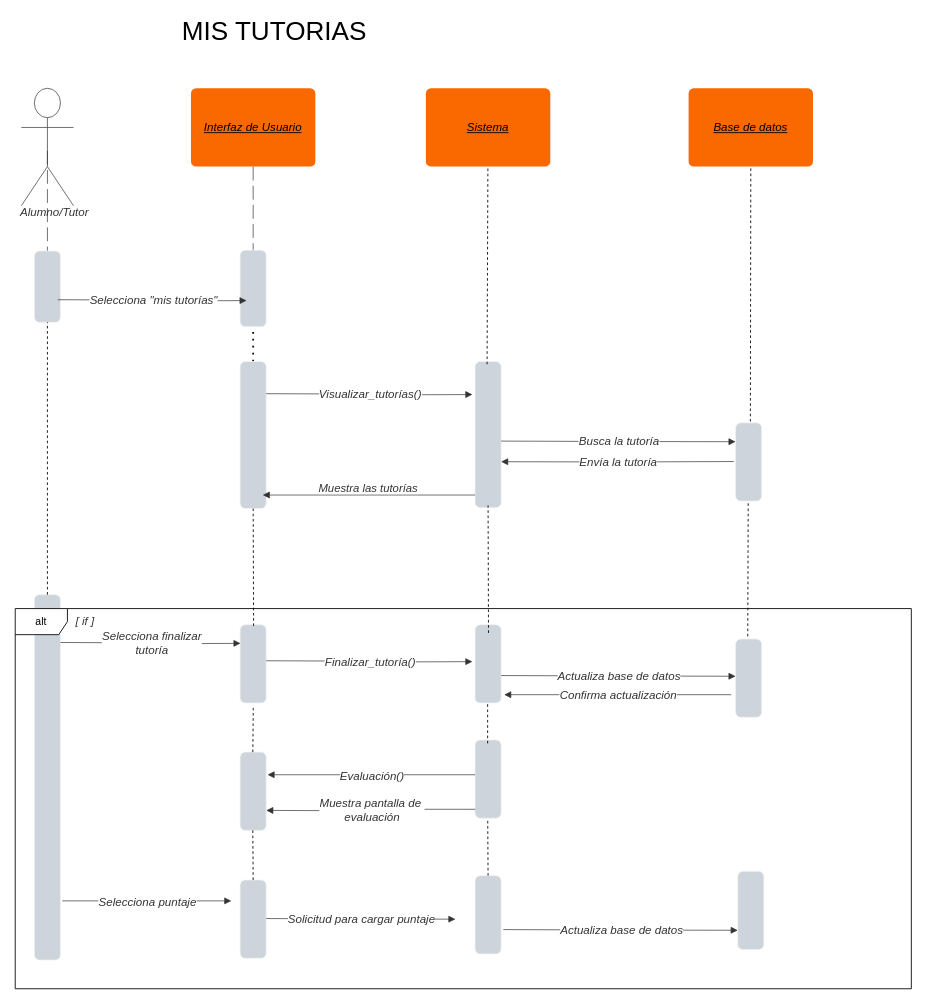
Above: page "mis_tutorias" (7 of 12) of diagrama_secuencia.drawio in TP-SE1/TP_SOS-UC (draw.io), before the change. Source tidied: cells renumbered, new cells numbered last; positions are measured from the earlier drawing's top-left corner, leaving out a move shared by most shapes. Both pictures are drawn from the tidied source at 87%, with x=0, y=0 at pixel (15, 17).
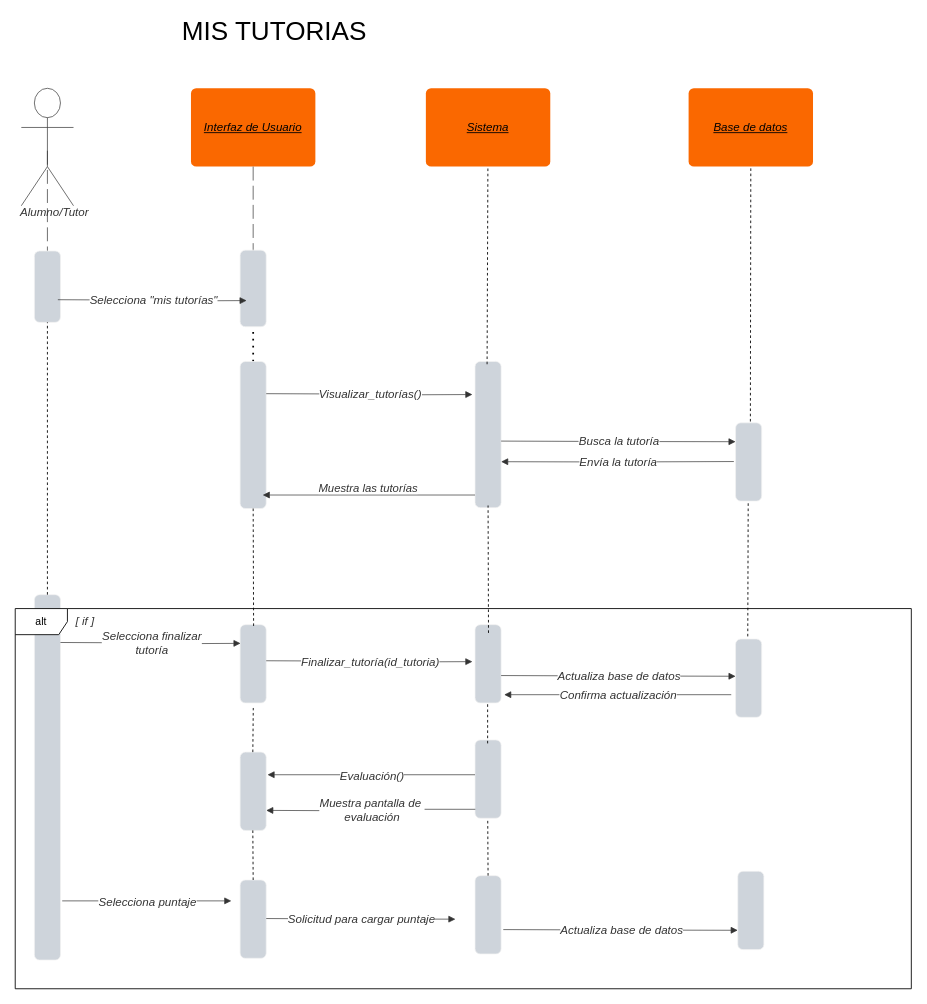
After the change.

The change refers to these unchanged cells:
```xml
<mxCell id="31" style="html=1;jettySize=18;whiteSpace=wrap;fontSize=13;strokeColor=#333333;strokeOpacity=100;strokeWidth=0.8;rounded=1;arcSize=10;edgeStyle=orthogonalEdgeStyle;startArrow=none;endArrow=block;endFill=1;lucidId=Yu5M0A2JVvTe;" parent="1" edge="1">
  <mxGeometry relative="1" as="geometry">
    <mxPoint x="288.5" y="739" as="sourcePoint" />
    <mxPoint x="525.5" y="740" as="targetPoint" />
  </mxGeometry>
</mxCell>
```

Diff of the diagram source:
```diff
@@
-    <mxCell id="32" value="Finalizar_tutoría()" style="text;html=1;labelBackgroundColor=default;align=center;verticalAlign=middle;fontStyle=2;fontColor=#333333;fontSize=13.3;" parent="31" vertex="1">
+    <mxCell id="32" value="Finalizar_tutoría(id_tutoria)" style="text;html=1;labelBackgroundColor=default;align=center;verticalAlign=middle;fontStyle=2;fontColor=#333333;fontSize=13.3;" parent="31" vertex="1">
       <mxGeometry relative="1" as="geometry" />
     </mxCell>
```
